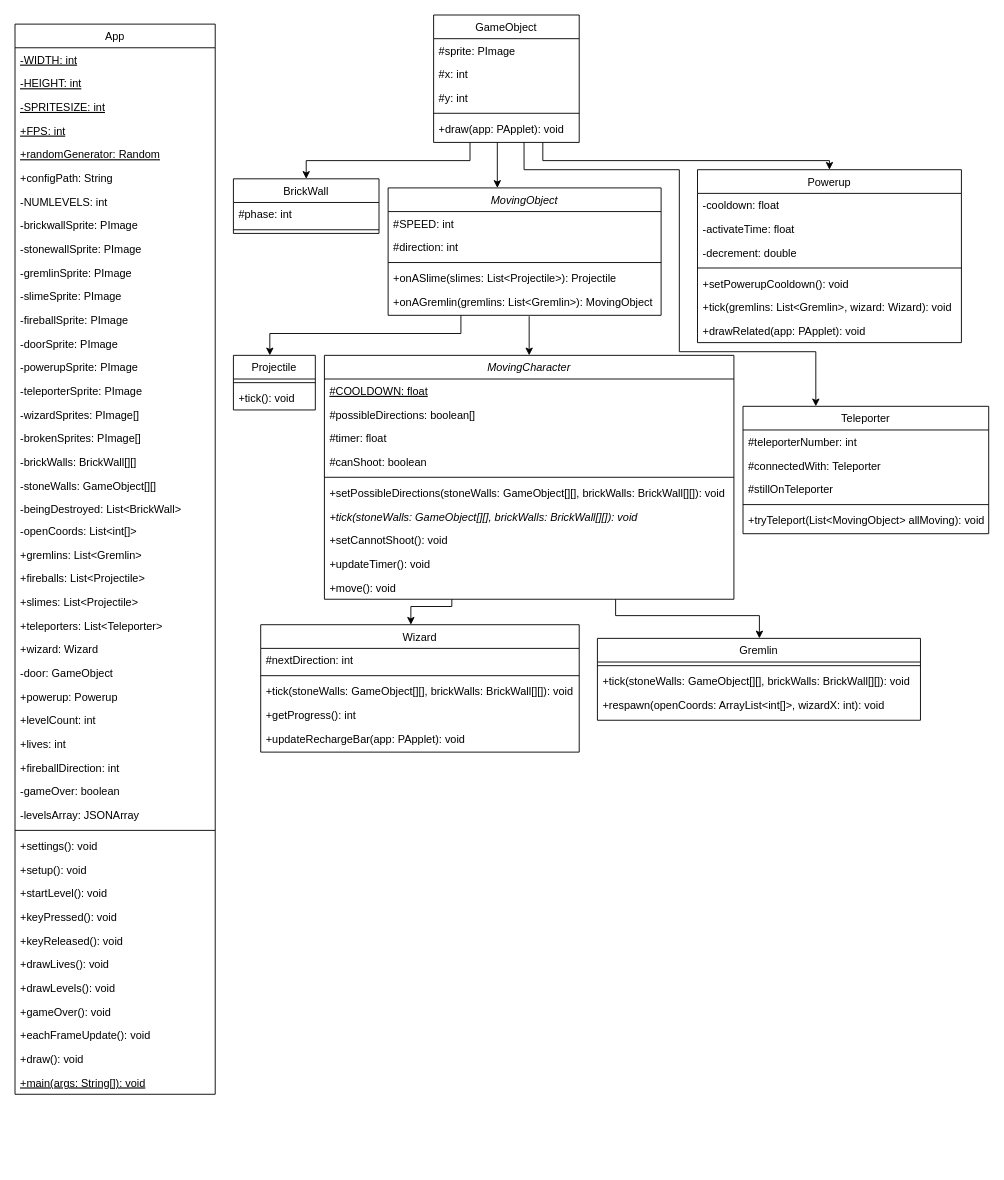
Above: Untitled Diagram.drawio in joshuahallam127/ABOUTME (draw.io), before the change. Source tidied: cells renumbered, new cells numbered last; positions are measured from the earlier drawing's top-left corner, leaving out a move shared by most shapes. Both pictures are drawn from the tidied source at 91%, with x=0, y=0 at pixel (15, 15).
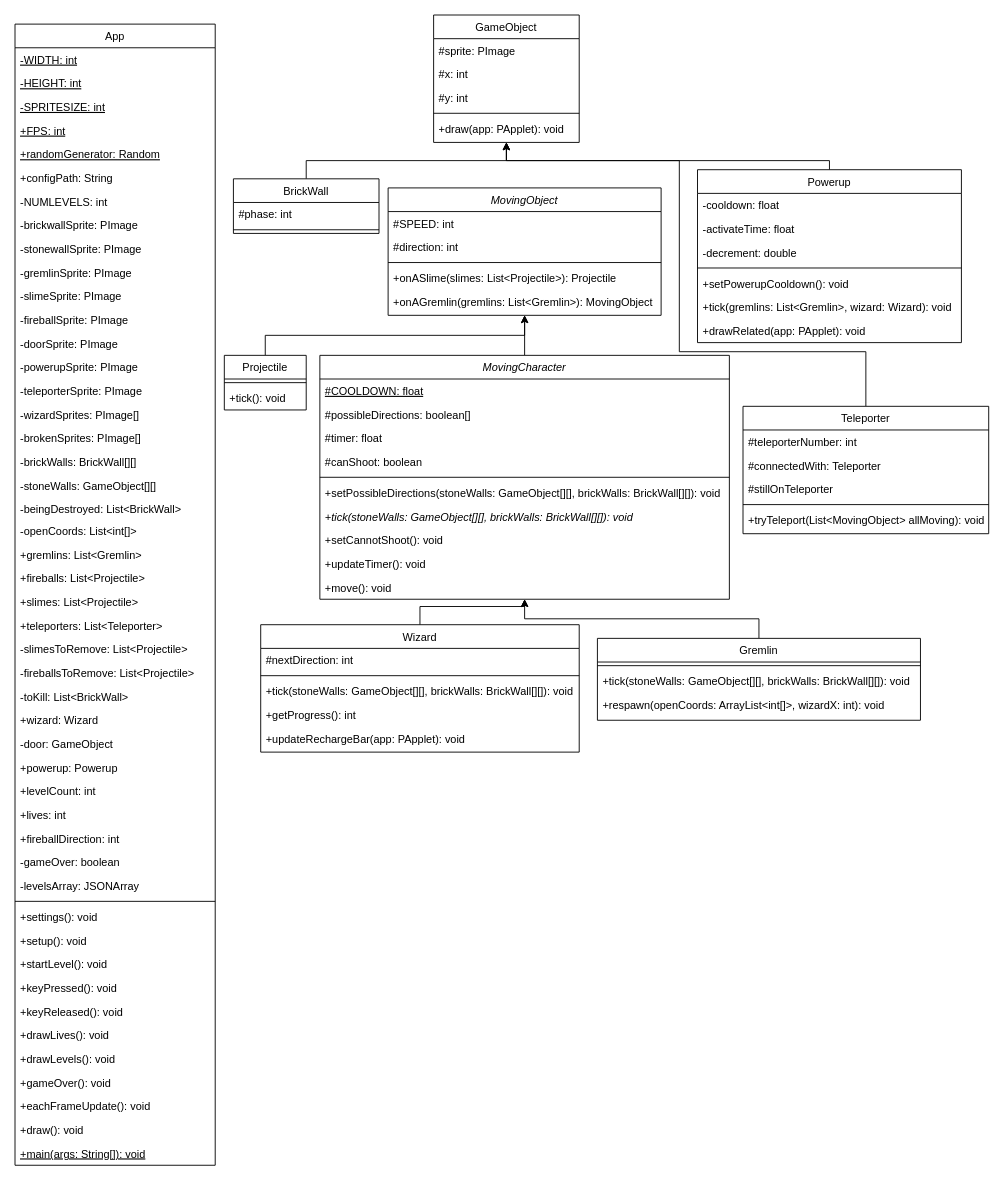
The same page after the edit.

Unchanged cells that the change refers to:
```xml
<mxCell id="52" value="GameObject&#10;" style="swimlane;fontStyle=0;align=center;verticalAlign=top;horizontal=1;startSize=26;rounded=0;shadow=0;strokeWidth=1;" parent="1" vertex="1">
  <mxGeometry x="460" width="160" height="140" as="geometry" />
</mxCell>
<mxCell id="57" value="+draw(app: PApplet): void" style="text;align=left;verticalAlign=top;spacingLeft=4;spacingRight=4;overflow=hidden;points=[[0,0.5],[1,0.5]];portConstraint=eastwest;" parent="52" vertex="1">
  <mxGeometry y="112" width="160" height="26" as="geometry" />
</mxCell>
<mxCell id="58" value="BrickWall" style="swimlane;fontStyle=0;align=center;verticalAlign=top;horizontal=1;startSize=26;rounded=0;shadow=0;strokeWidth=1;" parent="1" vertex="1">
  <mxGeometry x="240" y="180" width="160" height="60" as="geometry" />
</mxCell>
<mxCell id="63" value="MovingObject" style="swimlane;fontStyle=2;align=center;verticalAlign=top;horizontal=1;startSize=26;rounded=0;shadow=0;strokeWidth=1;" parent="1" vertex="1">
  <mxGeometry x="410" y="190" width="300" height="140" as="geometry" />
</mxCell>
<mxCell id="81" value="+move(): void" style="text;align=left;verticalAlign=top;spacingLeft=4;spacingRight=4;overflow=hidden;points=[[0,0.5],[1,0.5]];portConstraint=eastwest;fontStyle=0;" parent="71" vertex="1">
  <mxGeometry y="242" width="450" height="26" as="geometry" />
</mxCell>
<mxCell id="85" value="Wizard" style="swimlane;fontStyle=0;align=center;verticalAlign=top;horizontal=1;startSize=26;rounded=0;shadow=0;strokeWidth=1;" parent="1" vertex="1">
  <mxGeometry x="270" y="670" width="350" height="140" as="geometry" />
</mxCell>
<mxCell id="91" value="Gremlin" style="swimlane;fontStyle=0;align=center;verticalAlign=top;horizontal=1;startSize=26;rounded=0;shadow=0;strokeWidth=1;" parent="1" vertex="1">
  <mxGeometry x="640" y="685" width="355" height="90" as="geometry" />
</mxCell>
<mxCell id="95" value="Powerup" style="swimlane;fontStyle=0;align=center;verticalAlign=top;horizontal=1;startSize=26;rounded=0;shadow=0;strokeWidth=1;" parent="1" vertex="1">
  <mxGeometry x="750" y="170" width="290" height="190" as="geometry" />
</mxCell>
<mxCell id="103" value="Teleporter" style="swimlane;fontStyle=0;align=center;verticalAlign=top;horizontal=1;startSize=26;rounded=0;shadow=0;strokeWidth=1;" parent="1" vertex="1">
  <mxGeometry x="800" y="430" width="270" height="140" as="geometry" />
</mxCell>
```

Diff of the diagram source:
```diff
@@
     <mxCell id="2" value="App" style="swimlane;fontStyle=0;align=center;verticalAlign=top;horizontal=1;startSize=26;rounded=0;shadow=0;strokeWidth=1;" parent="1" vertex="1">
-      <mxGeometry y="10" width="220" height="1176" as="geometry" />
+      <mxGeometry y="10" width="220" height="1254" as="geometry" />
     </mxCell>
@@
+    <mxCell id="109" value="+teleporters: List&lt;Teleporter&gt;" style="text;align=left;verticalAlign=top;spacingLeft=4;spacingRight=4;overflow=hidden;rounded=0;shadow=0;html=0;fontStyle=0;" parent="2" vertex="1">
+      <mxGeometry y="648" width="220" height="26" as="geometry" />
+    </mxCell>
+    <mxCell id="110" value="-slimesToRemove: List&lt;Projectile&gt;" style="text;align=left;verticalAlign=top;spacingLeft=4;spacingRight=4;overflow=hidden;rounded=0;shadow=0;html=0;fontStyle=0;" parent="2" vertex="1">
+      <mxGeometry y="674" width="220" height="26" as="geometry" />
+    </mxCell>
+    <mxCell id="111" value="-fireballsToRemove: List&lt;Projectile&gt;" style="text;align=left;verticalAlign=top;spacingLeft=4;spacingRight=4;overflow=hidden;rounded=0;shadow=0;html=0;fontStyle=0;" parent="2" vertex="1">
+      <mxGeometry y="700" width="220" height="26" as="geometry" />
+    </mxCell>
-    <mxCell id="27" value="+teleporters: List&lt;Teleporter&gt;" style="text;align=left;verticalAlign=top;spacingLeft=4;spacingRight=4;overflow=hidden;rounded=0;shadow=0;html=0;fontStyle=0;" parent="2" vertex="1">
-      <mxGeometry y="648" width="220" height="26" as="geometry" />
+    <mxCell id="27" value="-toKill: List&lt;BrickWall&gt;" style="text;align=left;verticalAlign=top;spacingLeft=4;spacingRight=4;overflow=hidden;rounded=0;shadow=0;html=0;fontStyle=0;" parent="2" vertex="1">
+      <mxGeometry y="726" width="220" height="26" as="geometry" />
     </mxCell>
     <mxCell id="28" value="+wizard: Wizard" style="text;align=left;verticalAlign=top;spacingLeft=4;spacingRight=4;overflow=hidden;rounded=0;shadow=0;html=0;fontStyle=0;" parent="2" vertex="1">
-      <mxGeometry y="674" width="220" height="26" as="geometry" />
+      <mxGeometry y="752" width="220" height="26" as="geometry" />
     </mxCell>
     <mxCell id="29" value="-door: GameObject" style="text;align=left;verticalAlign=top;spacingLeft=4;spacingRight=4;overflow=hidden;rounded=0;shadow=0;html=0;fontStyle=0;" parent="2" vertex="1">
-      <mxGeometry y="700" width="220" height="26" as="geometry" />
+      <mxGeometry y="778" width="220" height="26" as="geometry" />
     </mxCell>
     <mxCell id="30" value="+powerup: Powerup" style="text;align=left;verticalAlign=top;spacingLeft=4;spacingRight=4;overflow=hidden;rounded=0;shadow=0;html=0;fontStyle=0;" parent="2" vertex="1">
-      <mxGeometry y="726" width="220" height="26" as="geometry" />
+      <mxGeometry y="804" width="220" height="26" as="geometry" />
     </mxCell>
     <mxCell id="31" value="+levelCount: int" style="text;align=left;verticalAlign=top;spacingLeft=4;spacingRight=4;overflow=hidden;rounded=0;shadow=0;html=0;fontStyle=0;" parent="2" vertex="1">
-      <mxGeometry y="752" width="220" height="26" as="geometry" />
+      <mxGeometry y="830" width="220" height="26" as="geometry" />
     </mxCell>
     <mxCell id="32" value="+lives: int" style="text;align=left;verticalAlign=top;spacingLeft=4;spacingRight=4;overflow=hidden;rounded=0;shadow=0;html=0;fontStyle=0;" parent="2" vertex="1">
-      <mxGeometry y="778" width="220" height="26" as="geometry" />
+      <mxGeometry y="856" width="220" height="26" as="geometry" />
     </mxCell>
     <mxCell id="33" value="+fireballDirection: int" style="text;align=left;verticalAlign=top;spacingLeft=4;spacingRight=4;overflow=hidden;rounded=0;shadow=0;html=0;fontStyle=0;" parent="2" vertex="1">
-      <mxGeometry y="804" width="220" height="26" as="geometry" />
+      <mxGeometry y="882" width="220" height="26" as="geometry" />
     </mxCell>
     <mxCell id="34" value="-gameOver: boolean" style="text;align=left;verticalAlign=top;spacingLeft=4;spacingRight=4;overflow=hidden;rounded=0;shadow=0;html=0;fontStyle=0;" parent="2" vertex="1">
-      <mxGeometry y="830" width="220" height="26" as="geometry" />
+      <mxGeometry y="908" width="220" height="26" as="geometry" />
     </mxCell>
     <mxCell id="35" value="-levelsArray: JSONArray" style="text;align=left;verticalAlign=top;spacingLeft=4;spacingRight=4;overflow=hidden;rounded=0;shadow=0;html=0;fontStyle=0;" parent="2" vertex="1">
-      <mxGeometry y="856" width="220" height="26" as="geometry" />
+      <mxGeometry y="934" width="220" height="26" as="geometry" />
     </mxCell>
     <mxCell id="36" style="line;html=1;strokeWidth=1;align=left;verticalAlign=middle;spacingTop=-1;spacingLeft=3;spacingRight=3;labelPosition=right;" parent="2" vertex="1">
-      <mxGeometry y="882" width="220" height="8" as="geometry" />
+      <mxGeometry y="960" width="220" height="8" as="geometry" />
     </mxCell>
     <mxCell id="37" value="+settings(): void" style="text;align=left;verticalAlign=top;spacingLeft=4;spacingRight=4;overflow=hidden;" parent="2" vertex="1">
-      <mxGeometry y="890" width="220" height="26" as="geometry" />
+      <mxGeometry y="968" width="220" height="26" as="geometry" />
     </mxCell>
     <mxCell id="38" value="+setup(): void" style="text;align=left;verticalAlign=top;spacingLeft=4;spacingRight=4;overflow=hidden;" parent="2" vertex="1">
-      <mxGeometry y="916" width="220" height="26" as="geometry" />
+      <mxGeometry y="994" width="220" height="26" as="geometry" />
     </mxCell>
     <mxCell id="39" value="+startLevel(): void" style="text;align=left;verticalAlign=top;spacingLeft=4;spacingRight=4;overflow=hidden;" parent="2" vertex="1">
-      <mxGeometry y="942" width="220" height="26" as="geometry" />
+      <mxGeometry y="1020" width="220" height="26" as="geometry" />
     </mxCell>
     <mxCell id="40" value="+keyPressed(): void" style="text;align=left;verticalAlign=top;spacingLeft=4;spacingRight=4;overflow=hidden;" parent="2" vertex="1">
-      <mxGeometry y="968" width="220" height="26" as="geometry" />
+      <mxGeometry y="1046" width="220" height="26" as="geometry" />
     </mxCell>
     <mxCell id="41" value="+keyReleased(): void" style="text;align=left;verticalAlign=top;spacingLeft=4;spacingRight=4;overflow=hidden;" parent="2" vertex="1">
-      <mxGeometry y="994" width="220" height="26" as="geometry" />
+      <mxGeometry y="1072" width="220" height="26" as="geometry" />
     </mxCell>
     <mxCell id="42" value="+drawLives(): void" style="text;align=left;verticalAlign=top;spacingLeft=4;spacingRight=4;overflow=hidden;" parent="2" vertex="1">
-      <mxGeometry y="1020" width="220" height="26" as="geometry" />
+      <mxGeometry y="1098" width="220" height="26" as="geometry" />
     </mxCell>
     <mxCell id="43" value="+drawLevels(): void" style="text;align=left;verticalAlign=top;spacingLeft=4;spacingRight=4;overflow=hidden;" parent="2" vertex="1">
-      <mxGeometry y="1046" width="220" height="26" as="geometry" />
+      <mxGeometry y="1124" width="220" height="26" as="geometry" />
     </mxCell>
     <mxCell id="44" value="+gameOver(): void" style="text;align=left;verticalAlign=top;spacingLeft=4;spacingRight=4;overflow=hidden;" parent="2" vertex="1">
-      <mxGeometry y="1072" width="220" height="26" as="geometry" />
+      <mxGeometry y="1150" width="220" height="26" as="geometry" />
     </mxCell>
     <mxCell id="45" value="+eachFrameUpdate(): void" style="text;align=left;verticalAlign=top;spacingLeft=4;spacingRight=4;overflow=hidden;" parent="2" vertex="1">
-      <mxGeometry y="1098" width="220" height="26" as="geometry" />
+      <mxGeometry y="1176" width="220" height="26" as="geometry" />
     </mxCell>
     <mxCell id="46" value="+draw(): void" style="text;align=left;verticalAlign=top;spacingLeft=4;spacingRight=4;overflow=hidden;" parent="2" vertex="1">
-      <mxGeometry y="1124" width="220" height="26" as="geometry" />
+      <mxGeometry y="1202" width="220" height="26" as="geometry" />
     </mxCell>
     <mxCell id="47" value="+main(args: String[]): void" style="text;align=left;verticalAlign=top;spacingLeft=4;spacingRight=4;overflow=hidden;fontStyle=4;" parent="2" vertex="1">
-      <mxGeometry y="1150" width="220" height="26" as="geometry" />
+      <mxGeometry y="1228" width="220" height="26" as="geometry" />
     </mxCell>
-    <mxCell id="48" style="edgeStyle=orthogonalEdgeStyle;rounded=0;jettySize=auto;html=1;exitX=0.25;exitY=1;exitDx=0;exitDy=0;" parent="1" edge="1" source="52" target="58">
-      <mxGeometry relative="1" as="geometry" />
-    </mxCell>
-    <mxCell id="49" style="edgeStyle=orthogonalEdgeStyle;rounded=0;jettySize=auto;html=1;" parent="1" edge="1" target="63">
-      <mxGeometry relative="1" as="geometry">
-        <mxPoint x="530" y="140" as="sourcePoint" />
-        <Array as="points">
-          <mxPoint x="530" y="140" />
-        </Array>
-      </mxGeometry>
-    </mxCell>
-    <mxCell id="50" style="edgeStyle=orthogonalEdgeStyle;rounded=0;jettySize=auto;html=1;exitX=0.75;exitY=1;exitDx=0;exitDy=0;" parent="1" edge="1" source="52" target="95">
-      <mxGeometry relative="1" as="geometry">
-        <Array as="points">
-          <mxPoint x="580" y="160" />
-          <mxPoint x="895" y="160" />
-        </Array>
-      </mxGeometry>
-    </mxCell>
-    <mxCell id="51" style="edgeStyle=orthogonalEdgeStyle;rounded=0;jettySize=auto;html=1;exitX=0.621;exitY=1.071;exitDx=0;exitDy=0;exitPerimeter=0;" parent="1" edge="1" source="57" target="103">
-      <mxGeometry relative="1" as="geometry">
-        <Array as="points">
-          <mxPoint x="559" y="170" />
-          <mxPoint x="730" y="170" />
-          <mxPoint x="730" y="370" />
-          <mxPoint x="880" y="370" />
-        </Array>
-      </mxGeometry>
-    </mxCell>
@@
+    <mxCell id="112" style="edgeStyle=orthogonalEdgeStyle;rounded=0;jettySize=auto;html=1;exitX=0.5;exitY=0;exitDx=0;exitDy=0;" parent="1" edge="1" source="58" target="52">
+      <mxGeometry relative="1" as="geometry" />
+    </mxCell>
@@
-    <mxCell id="61" style="edgeStyle=orthogonalEdgeStyle;rounded=0;jettySize=auto;html=1;" parent="1" edge="1" target="71">
-      <mxGeometry relative="1" as="geometry">
-        <mxPoint x="565" y="331" as="sourcePoint" />
-        <Array as="points">
-          <mxPoint x="565" y="331" />
-        </Array>
-      </mxGeometry>
-    </mxCell>
-    <mxCell id="62" style="edgeStyle=orthogonalEdgeStyle;rounded=0;jettySize=auto;html=1;" parent="1" edge="1" target="82">
-      <mxGeometry relative="1" as="geometry">
-        <mxPoint x="490" y="330" as="sourcePoint" />
-        <Array as="points">
-          <mxPoint x="490" y="350" />
-          <mxPoint x="280" y="350" />
-        </Array>
-      </mxGeometry>
-    </mxCell>
@@
-    <mxCell id="69" style="edgeStyle=orthogonalEdgeStyle;rounded=0;jettySize=auto;html=1;" parent="1" edge="1" source="81" target="85">
-      <mxGeometry relative="1" as="geometry">
-        <Array as="points">
-          <mxPoint x="480" y="650" />
-          <mxPoint x="435" y="650" />
-        </Array>
-      </mxGeometry>
-    </mxCell>
-    <mxCell id="70" style="edgeStyle=orthogonalEdgeStyle;rounded=0;jettySize=auto;html=1;" parent="1" edge="1" source="81" target="91">
-      <mxGeometry relative="1" as="geometry">
-        <Array as="points">
-          <mxPoint x="660" y="660" />
-          <mxPoint x="818" y="660" />
-        </Array>
-      </mxGeometry>
-    </mxCell>
+    <mxCell id="113" style="edgeStyle=orthogonalEdgeStyle;rounded=0;jettySize=auto;html=1;exitX=0.5;exitY=0;exitDx=0;exitDy=0;" parent="1" edge="1" source="71" target="63">
+      <mxGeometry relative="1" as="geometry" />
+    </mxCell>
     <mxCell id="71" value="MovingCharacter" style="swimlane;fontStyle=2;align=center;verticalAlign=top;horizontal=1;startSize=26;rounded=0;shadow=0;strokeWidth=1;" parent="1" vertex="1">
-      <mxGeometry x="340" y="374" width="450" height="268" as="geometry" />
+      <mxGeometry x="335" y="374" width="450" height="268" as="geometry" />
     </mxCell>
@@
+    <mxCell id="114" style="edgeStyle=orthogonalEdgeStyle;rounded=0;jettySize=auto;html=1;exitX=0.5;exitY=0;exitDx=0;exitDy=0;" parent="1" edge="1" source="82" target="63">
+      <mxGeometry relative="1" as="geometry" />
+    </mxCell>
     <mxCell id="82" value="Projectile" style="swimlane;fontStyle=0;align=center;verticalAlign=top;horizontal=1;startSize=26;rounded=0;shadow=0;strokeWidth=1;" parent="1" vertex="1">
-      <mxGeometry x="240" y="374" width="90" height="60" as="geometry" />
+      <mxGeometry x="230" y="374" width="90" height="60" as="geometry" />
     </mxCell>
@@
+    <mxCell id="115" style="edgeStyle=orthogonalEdgeStyle;rounded=0;jettySize=auto;html=1;exitX=0.5;exitY=0;exitDx=0;exitDy=0;" parent="1" edge="1" source="85" target="71">
+      <mxGeometry relative="1" as="geometry" />
+    </mxCell>
@@
+    <mxCell id="116" style="edgeStyle=orthogonalEdgeStyle;rounded=0;jettySize=auto;html=1;exitX=0.5;exitY=0;exitDx=0;exitDy=0;" parent="1" edge="1" source="91" target="71">
+      <mxGeometry relative="1" as="geometry" />
+    </mxCell>
@@
+    <mxCell id="117" style="edgeStyle=orthogonalEdgeStyle;rounded=0;jettySize=auto;html=1;exitX=0.5;exitY=0;exitDx=0;exitDy=0;" parent="1" edge="1" source="95" target="52">
+      <mxGeometry relative="1" as="geometry">
+        <Array as="points">
+          <mxPoint x="895" y="160" />
+          <mxPoint x="540" y="160" />
+        </Array>
+      </mxGeometry>
+    </mxCell>
@@
+    <mxCell id="118" style="edgeStyle=orthogonalEdgeStyle;rounded=0;jettySize=auto;html=1;exitX=0.5;exitY=0;exitDx=0;exitDy=0;" parent="1" edge="1" source="103" target="52">
+      <mxGeometry relative="1" as="geometry">
+        <Array as="points">
+          <mxPoint x="935" y="370" />
+          <mxPoint x="730" y="370" />
+          <mxPoint x="730" y="160" />
+          <mxPoint x="540" y="160" />
+        </Array>
+      </mxGeometry>
+    </mxCell>
```
